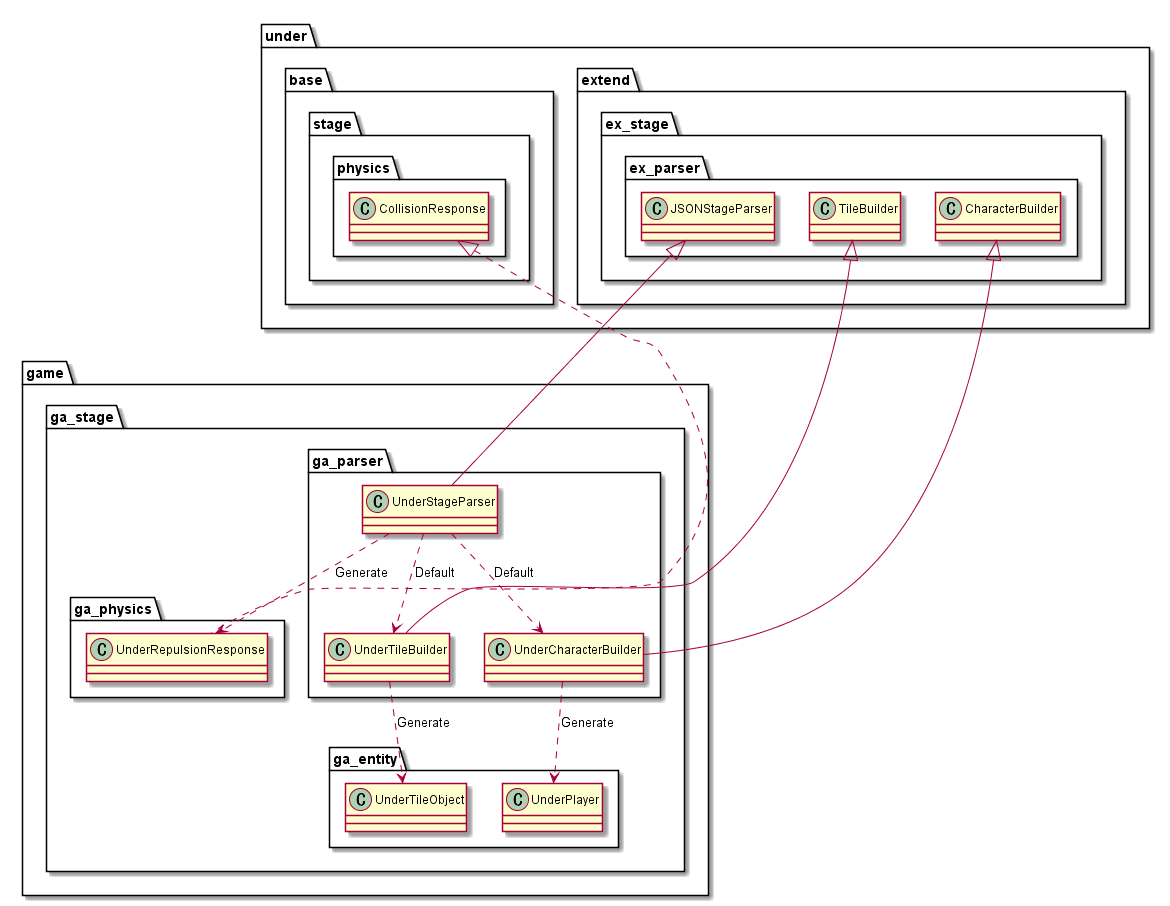
Above: out/uml/stage/Game/StageGame.png in Expine/Under (PlantUML), before the change.
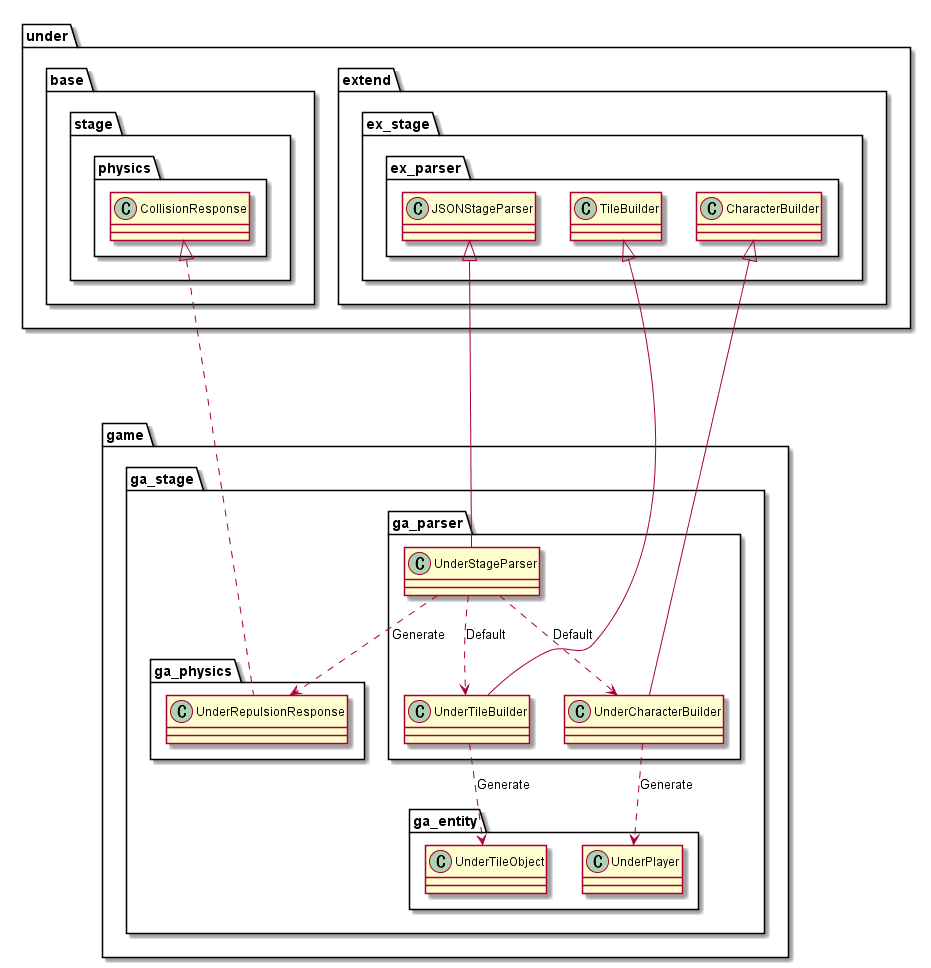
After the change.

Diff of the diagram source:
```diff
@@ -51,6 +51,6 @@
 JSONStageParser <|-- UnderStageParser
 TileBuilder <|-- UnderTileBuilder
 CharacterBuilder <|-- UnderCharacterBuilder
-CollisionResponse <|.. UnderRepulsionResponse
+CollisionResponse <|.... UnderRepulsionResponse
 
 @enduml
```
